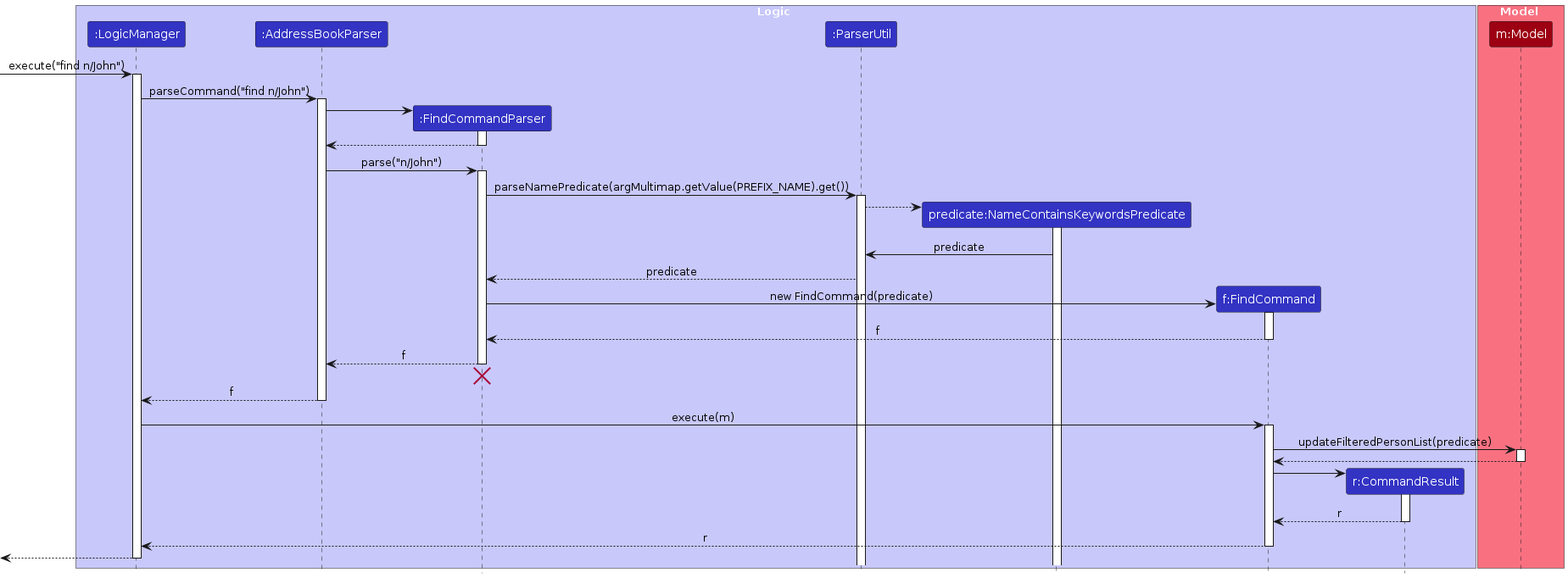
Before: diagrams/FindSequenceDiagram.png, a diagram exported from PlantUML (AY2425S1-CS2103T-F09-3/tp). Its source is kept beside it as diagrams/FindSequenceDiagram.puml. The source it was exported from:
```plantuml
@startuml
!include style.puml
skinparam ArrowFontStyle plain

box Logic LOGIC_COLOR_T1
participant ":LogicManager" as LogicManager LOGIC_COLOR
participant ":AddressBookParser" as AddressBookParser LOGIC_COLOR
participant ":FindCommandParser" as FindCommandParser LOGIC_COLOR
participant ":ParserUtil" as ParserUtil LOGIC_COLOR
participant "predicate:NameContainsKeywordsPredicate" as NameContainsKeywordsPredicate LOGIC_COLOR
participant "f:FindCommand" as FindCommand LOGIC_COLOR
participant "r:CommandResult" as CommandResult LOGIC_COLOR
end box

box Model MODEL_COLOR_T1
participant "m:Model" as Model MODEL_COLOR
end box

[-> LogicManager : execute("find n/John")
activate LogicManager

LogicManager -> AddressBookParser : parseCommand("find n/John")
activate AddressBookParser

create FindCommandParser
AddressBookParser -> FindCommandParser
activate FindCommandParser

FindCommandParser --> AddressBookParser
deactivate FindCommandParser

AddressBookParser -> FindCommandParser : parse("n/John")
activate FindCommandParser

FindCommandParser -> ParserUtil : parseNamePredicate(argMultimap.getValue(PREFIX_NAME).get())
activate ParserUtil

create NameContainsKeywordsPredicate
ParserUtil --> NameContainsKeywordsPredicate
activate NameContainsKeywordsPredicate

NameContainsKeywordsPredicate -> ParserUtil : predicate
ParserUtil --> FindCommandParser : predicate

create FindCommand
FindCommandParser -> FindCommand : new FindCommand(predicate)
activate FindCommand

FindCommand --> FindCommandParser : f
deactivate FindCommand

FindCommandParser --> AddressBookParser : f
deactivate FindCommandParser
FindCommandParser -[hidden]-> AddressBookParser
destroy FindCommandParser

AddressBookParser --> LogicManager : f
deactivate AddressBookParser

LogicManager -> FindCommand : execute(m)
activate FindCommand

FindCommand -> Model : updateFilteredPersonList(predicate)
activate Model

Model --> FindCommand
deactivate Model

create CommandResult
FindCommand -> CommandResult
activate CommandResult

CommandResult --> FindCommand : r
deactivate CommandResult

FindCommand --> LogicManager : r
deactivate FindCommand

[<--LogicManager
deactivate LogicManager
@enduml
```
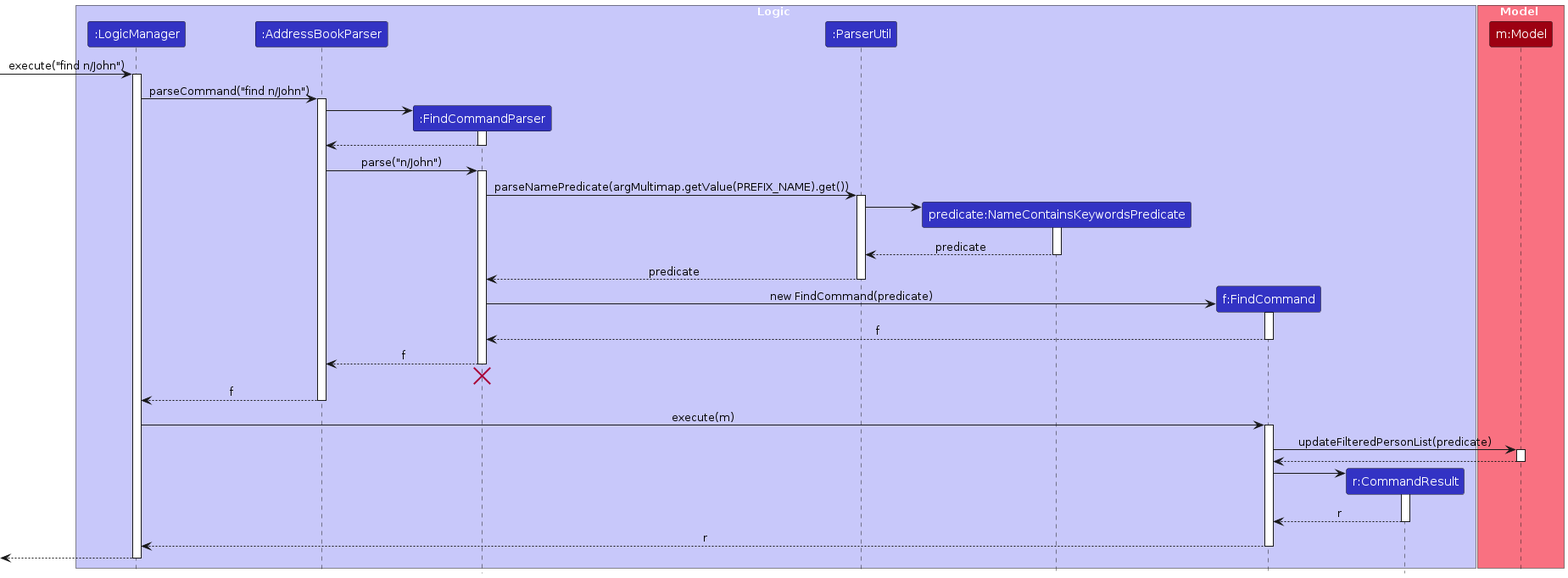
Later version of the same file.

Change to the diagram source:
```diff
@@ -36,11 +36,14 @@
 activate ParserUtil
 
 create NameContainsKeywordsPredicate
-ParserUtil --> NameContainsKeywordsPredicate
+ParserUtil -> NameContainsKeywordsPredicate
 activate NameContainsKeywordsPredicate
 
-NameContainsKeywordsPredicate -> ParserUtil : predicate
+NameContainsKeywordsPredicate --> ParserUtil : predicate
+deactivate NameContainsKeywordsPredicate
+
 ParserUtil --> FindCommandParser : predicate
+deactivate ParserUtil
 
 create FindCommand
 FindCommandParser -> FindCommand : new FindCommand(predicate)
```
